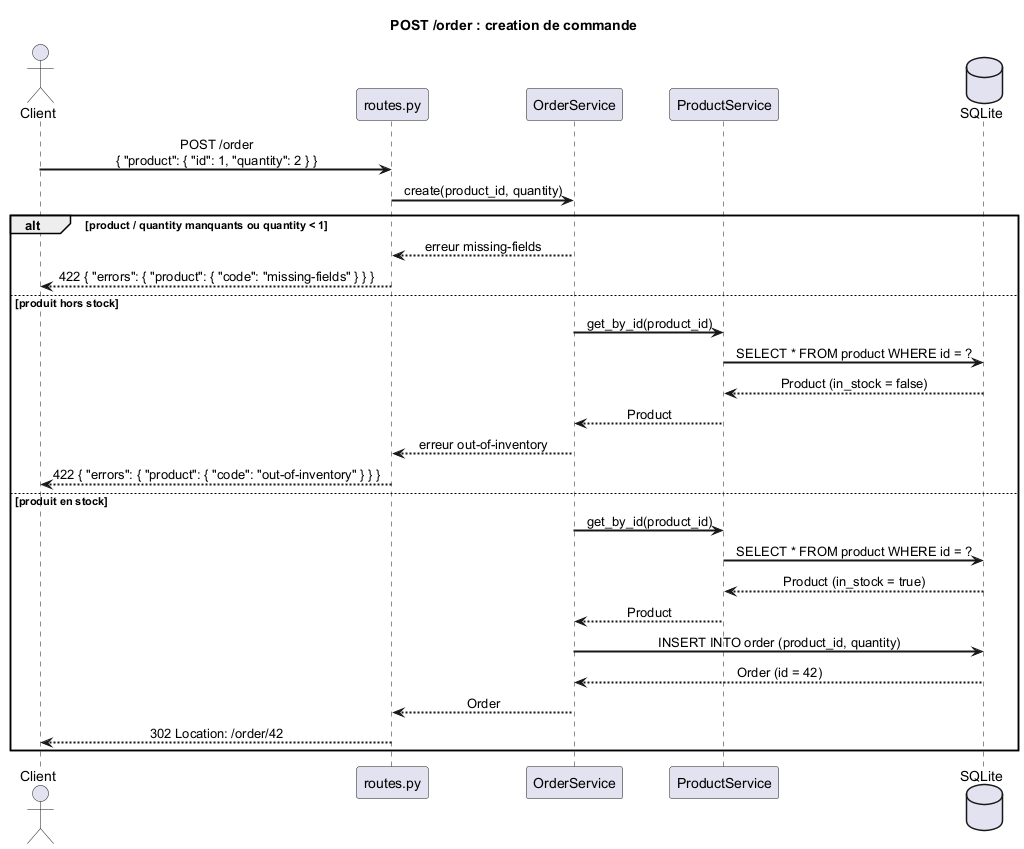
The PlantUML diagram docs/seq_03_post_order.png in but-yohan-carvalho/application-web, before a commit. The source it was exported from:
```plantuml
@startuml seq_03_post_order

skinparam sequenceMessageAlign center
skinparam responseMessageBelowArrow true
skinparam sequenceArrowThickness 2

title POST /order : creation de commande

actor       Client
participant "routes.py"      as Routes
participant "OrderService"   as OS
participant "ProductService" as PS
database    "SQLite"         as DB

Client -> Routes : POST /order\n{ "product": { "id": 1, "quantity": 2 } }
Routes -> OS     : create(product_id, quantity)

alt product / quantity manquants ou quantity < 1
    OS --> Routes     : erreur missing-fields
    Routes --> Client : 422 { "errors": { "product": { "code": "missing-fields" } } }

else produit hors stock
    OS -> PS          : get_by_id(product_id)
    PS -> DB          : SELECT * FROM product WHERE id = ?
    DB --> PS         : Product (in_stock = false)
    PS --> OS         : Product
    OS --> Routes     : erreur out-of-inventory
    Routes --> Client : 422 { "errors": { "product": { "code": "out-of-inventory" } } }

else produit en stock
    OS -> PS          : get_by_id(product_id)
    PS -> DB          : SELECT * FROM product WHERE id = ?
    DB --> PS         : Product (in_stock = true)
    PS --> OS         : Product
    OS -> DB          : INSERT INTO order (product_id, quantity)
    DB --> OS         : Order (id = 42)
    OS --> Routes     : Order
    Routes --> Client : 302 Location: /order/42
end

@enduml
```
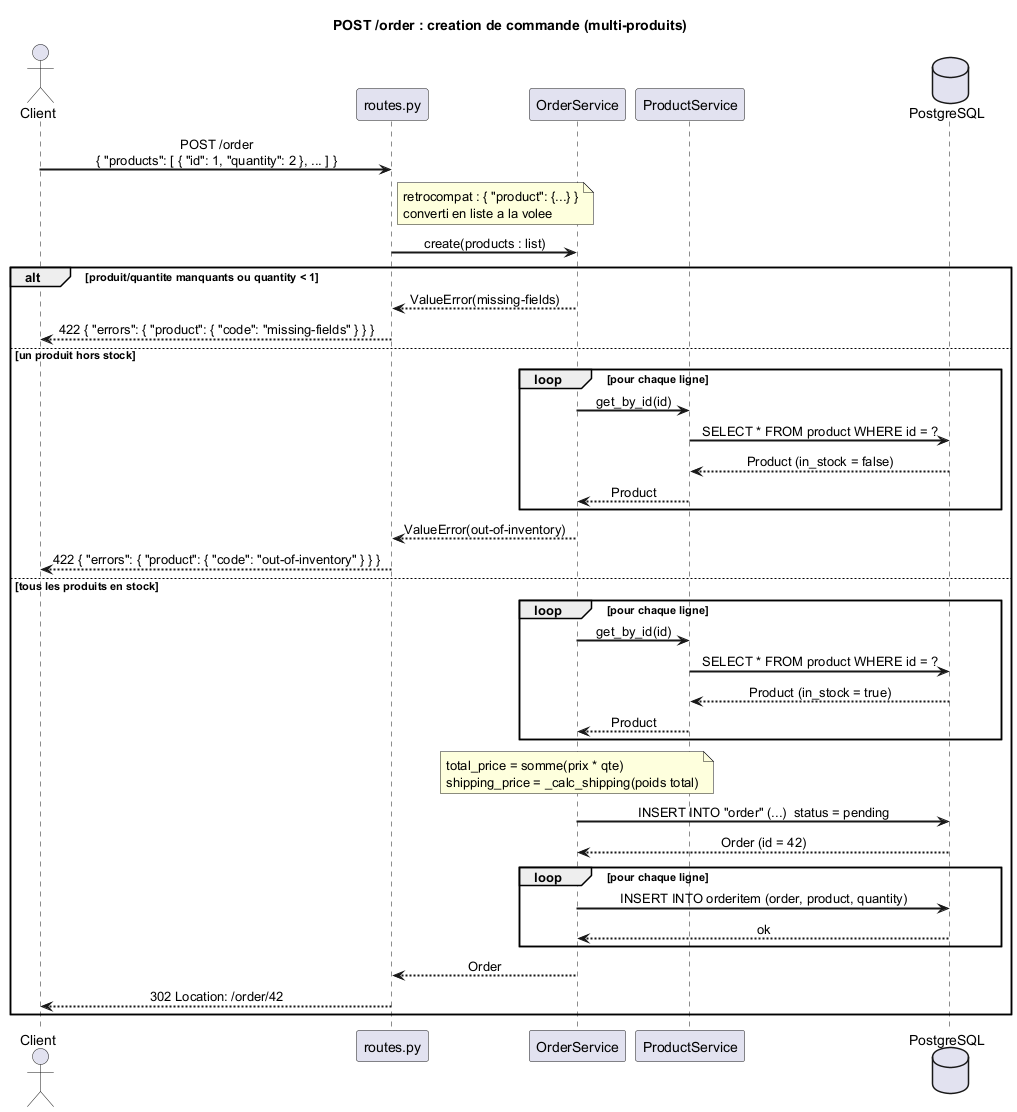
Above is the later version.

What changed in the source:
```diff
@@ -4,36 +4,46 @@
 skinparam responseMessageBelowArrow true
 skinparam sequenceArrowThickness 2
 
-title POST /order : creation de commande
+title POST /order : creation de commande (multi-produits)
 
 actor       Client
 participant "routes.py"      as Routes
 participant "OrderService"   as OS
 participant "ProductService" as PS
-database    "SQLite"         as DB
+database    "PostgreSQL"     as DB
 
-Client -> Routes : POST /order\n{ "product": { "id": 1, "quantity": 2 } }
-Routes -> OS     : create(product_id, quantity)
+Client -> Routes : POST /order\n{ "products": [ { "id": 1, "quantity": 2 }, ... ] }
+note right of Routes : retrocompat : { "product": {...} }\nconverti en liste a la volee
+Routes -> OS     : create(products : list)
 
-alt product / quantity manquants ou quantity < 1
-    OS --> Routes     : erreur missing-fields
+alt produit/quantite manquants ou quantity < 1
+    OS --> Routes     : ValueError(missing-fields)
     Routes --> Client : 422 { "errors": { "product": { "code": "missing-fields" } } }
 
-else produit hors stock
-    OS -> PS          : get_by_id(product_id)
-    PS -> DB          : SELECT * FROM product WHERE id = ?
-    DB --> PS         : Product (in_stock = false)
-    PS --> OS         : Product
-    OS --> Routes     : erreur out-of-inventory
+else un produit hors stock
+    loop pour chaque ligne
+        OS -> PS      : get_by_id(id)
+        PS -> DB      : SELECT * FROM product WHERE id = ?
+        DB --> PS     : Product (in_stock = false)
+        PS --> OS     : Product
+    end
+    OS --> Routes     : ValueError(out-of-inventory)
     Routes --> Client : 422 { "errors": { "product": { "code": "out-of-inventory" } } }
 
-else produit en stock
-    OS -> PS          : get_by_id(product_id)
-    PS -> DB          : SELECT * FROM product WHERE id = ?
-    DB --> PS         : Product (in_stock = true)
-    PS --> OS         : Product
-    OS -> DB          : INSERT INTO order (product_id, quantity)
+else tous les produits en stock
+    loop pour chaque ligne
+        OS -> PS      : get_by_id(id)
+        PS -> DB      : SELECT * FROM product WHERE id = ?
+        DB --> PS     : Product (in_stock = true)
+        PS --> OS     : Product
+    end
+    note over OS : total_price = somme(prix * qte)\nshipping_price = _calc_shipping(poids total)
+    OS -> DB          : INSERT INTO "order" (...)  status = pending
     DB --> OS         : Order (id = 42)
+    loop pour chaque ligne
+        OS -> DB      : INSERT INTO orderitem (order, product, quantity)
+        DB --> OS     : ok
+    end
     OS --> Routes     : Order
     Routes --> Client : 302 Location: /order/42
 end
```
